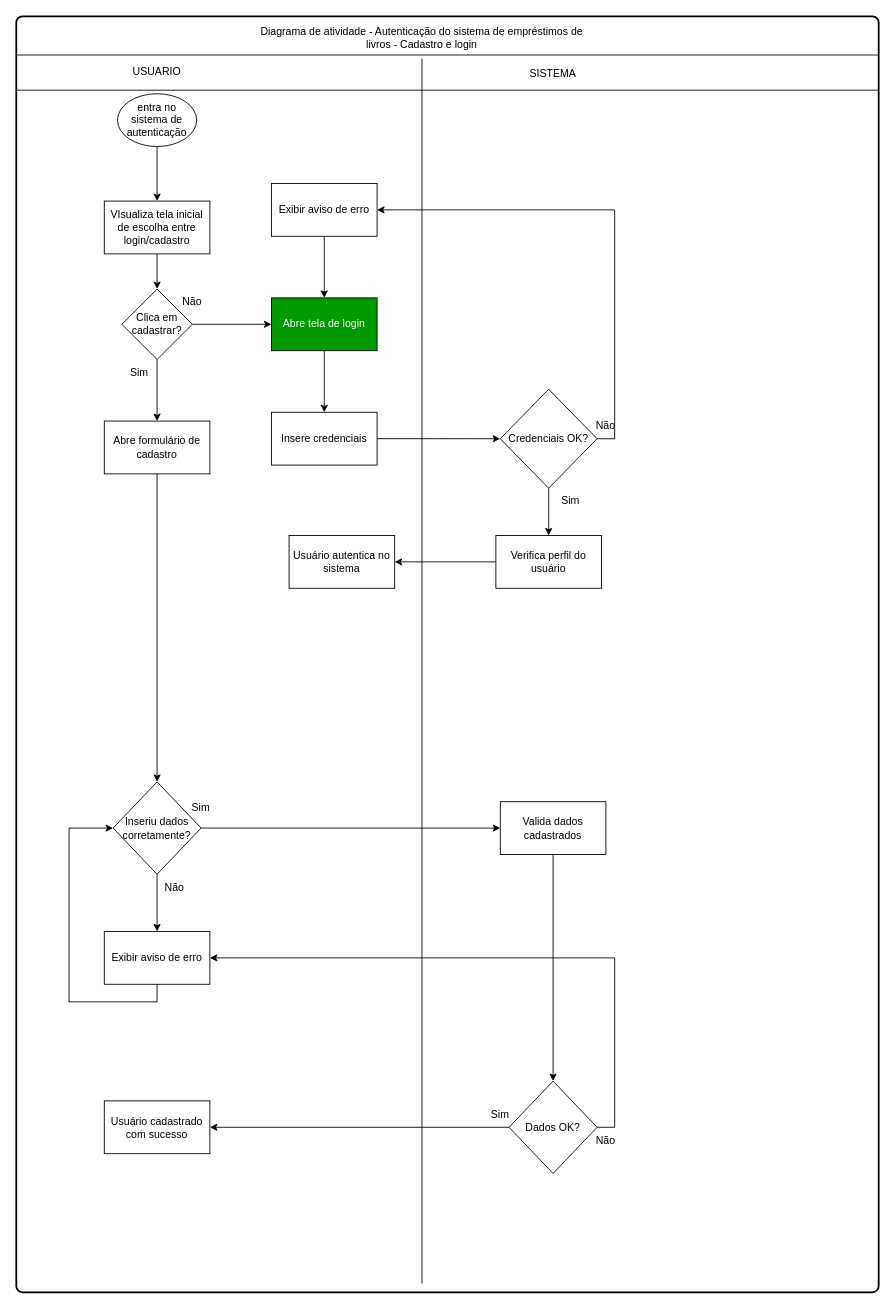
This is page "Diagrama_atividade_cadastro_login" (2 of 4) of Diagramas/Diagramas.drawio from Raphael0305/Fatec-PI, a draw.io file, before an edit. Source tidied: cells renumbered, new cells numbered last; positions are measured from the earlier drawing's top-left corner, leaving out a move shared by most shapes. Both pictures are drawn from the tidied source at 88%, with x=0, y=0 at pixel (16, 16).
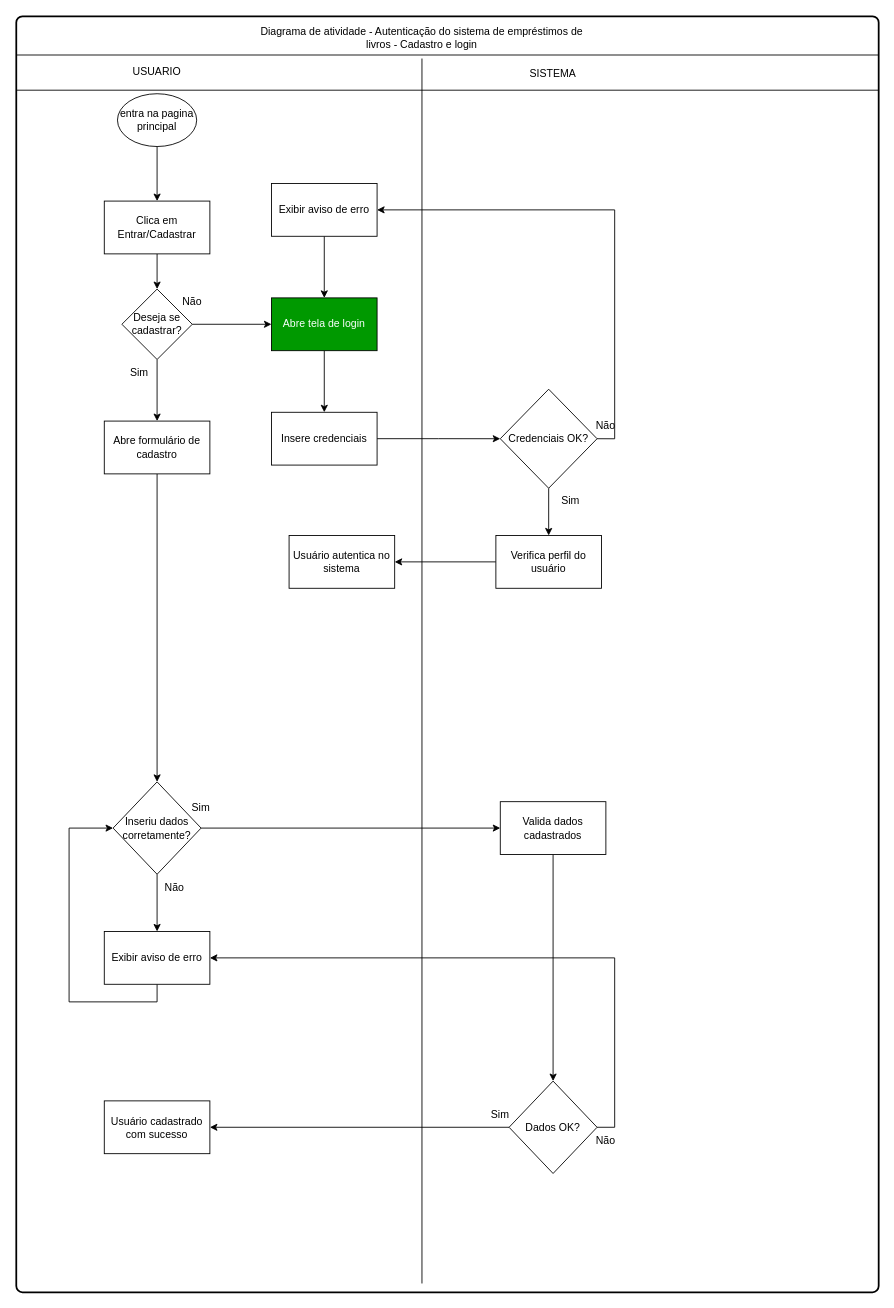
Above is the later version.

Diff of the diagram source:
```diff
@@
-    <mxCell id="10" value="entra no sistema de autenticação" style="ellipse;whiteSpace=wrap;html=1;" parent="1" vertex="1">
+    <mxCell id="10" value="entra na pagina principal" style="ellipse;whiteSpace=wrap;html=1;" parent="1" vertex="1">
       <mxGeometry x="115" y="88" width="90" height="60" as="geometry" />
     </mxCell>
@@
-    <mxCell id="12" value="VIsualiza tela inicial de escolha entre login/cadastro" style="rounded=0;whiteSpace=wrap;html=1;" parent="1" vertex="1">
+    <mxCell id="12" value="Clica em Entrar/Cadastrar" style="rounded=0;whiteSpace=wrap;html=1;" parent="1" vertex="1">
       <mxGeometry x="100" y="210" width="120" height="60" as="geometry" />
     </mxCell>
@@
-    <mxCell id="15" value="Clica em cadastrar?" style="rhombus;whiteSpace=wrap;html=1;" parent="1" vertex="1">
+    <mxCell id="15" value="Deseja se cadastrar?" style="rhombus;whiteSpace=wrap;html=1;" parent="1" vertex="1">
       <mxGeometry x="120" y="310" width="80" height="80" as="geometry" />
     </mxCell>
```
